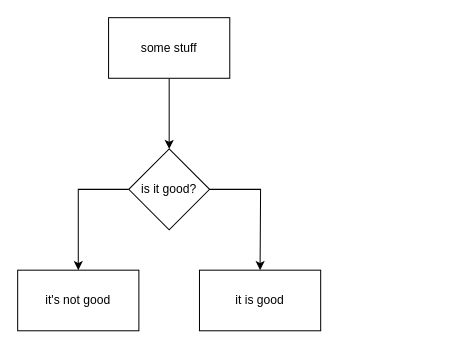
The draw.io diagram Untitled Diagram.drawio in Zver64/draw.io, before the edit. Source tidied: cells renumbered, new cells numbered last; positions are measured from the earlier drawing's top-left corner, leaving out a move shared by most shapes. Both pictures are drawn from the tidied source at 101%, with x=0, y=0 at pixel (17, 17).
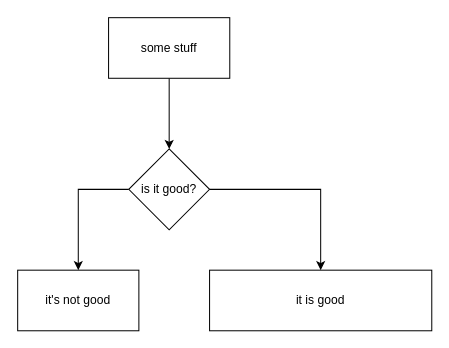
After the change.

Commit message:
Update through web app

What changed in the source:
```diff
@@
 <mxGraphModel>
   <root>
     <mxCell id="0" />
     <mxCell id="1" parent="0" />
     <mxCell id="2" style="edgeStyle=orthogonalEdgeStyle;rounded=0;jettySize=auto;html=1;entryX=0.5;entryY=0;entryDx=0;entryDy=0;" parent="1" edge="1" source="3" target="6">
       <mxGeometry relative="1" as="geometry" />
     </mxCell>
     <mxCell id="3" value="some stuff" style="rounded=0;whiteSpace=wrap;html=1;" parent="1" vertex="1">
       <mxGeometry x="90" width="120" height="60" as="geometry" />
     </mxCell>
-    <mxCell id="4" style="edgeStyle=orthogonalEdgeStyle;rounded=0;jettySize=auto;html=1;" parent="1" edge="1" source="6">
-      <mxGeometry relative="1" as="geometry">
-        <mxPoint x="240" y="250" as="targetPoint" />
-      </mxGeometry>
+    <mxCell id="4" style="edgeStyle=orthogonalEdgeStyle;rounded=0;jettySize=auto;html=1;entryX=0.5;entryY=0;entryDx=0;entryDy=0;exitX=1;exitY=0.5;exitDx=0;exitDy=0;" parent="1" edge="1" source="6" target="7">
+      <mxGeometry relative="1" as="geometry" />
     </mxCell>
     <mxCell id="5" style="edgeStyle=orthogonalEdgeStyle;rounded=0;jettySize=auto;html=1;exitX=0;exitY=0.5;exitDx=0;exitDy=0;entryX=0.5;entryY=0;entryDx=0;entryDy=0;" parent="1" edge="1" source="6" target="8">
       <mxGeometry relative="1" as="geometry" />
     </mxCell>
     <mxCell id="6" value="is it good?" style="rhombus;whiteSpace=wrap;html=1;" parent="1" vertex="1">
       <mxGeometry x="110" y="130" width="80" height="80" as="geometry" />
     </mxCell>
     <mxCell id="7" value="it is good" style="rounded=0;whiteSpace=wrap;html=1;" parent="1" vertex="1">
-      <mxGeometry x="180" y="250" width="120" height="60" as="geometry" />
+      <mxGeometry x="190" y="250" width="220" height="60" as="geometry" />
     </mxCell>
     <mxCell id="8" value="it's not good" style="rounded=0;whiteSpace=wrap;html=1;" parent="1" vertex="1">
       <mxGeometry y="250" width="120" height="60" as="geometry" />
     </mxCell>
     <mxCell id="9" style="edgeStyle=orthogonalEdgeStyle;rounded=0;orthogonalLoop=1;jettySize=auto;html=1;exitX=0.5;exitY=1;exitDx=0;exitDy=0;" parent="1" edge="1" source="6" target="6">
       <mxGeometry relative="1" as="geometry" />
     </mxCell>
   </root>
 </mxGraphModel>
```
